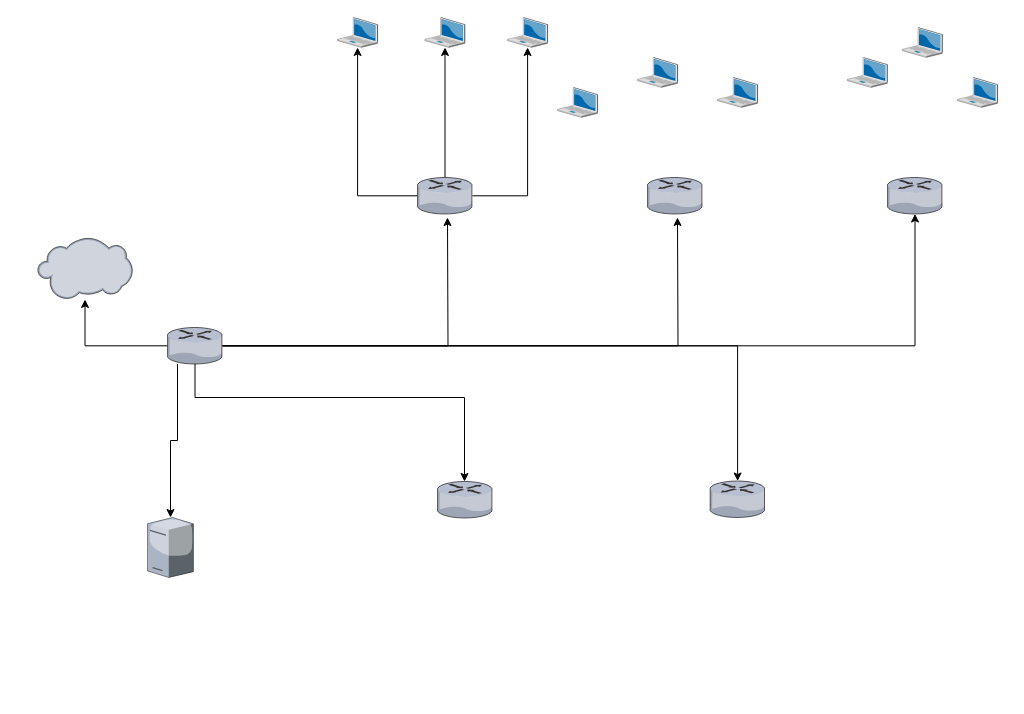
Above: isp.drawio in axquired24/my.draw (draw.io), before the change. Source tidied: cells renumbered, new cells numbered last; positions are measured from the earlier drawing's top-left corner, leaving out a move shared by most shapes. Both pictures are drawn from the tidied source at 100%, with x=0, y=0 at pixel (37, 17).
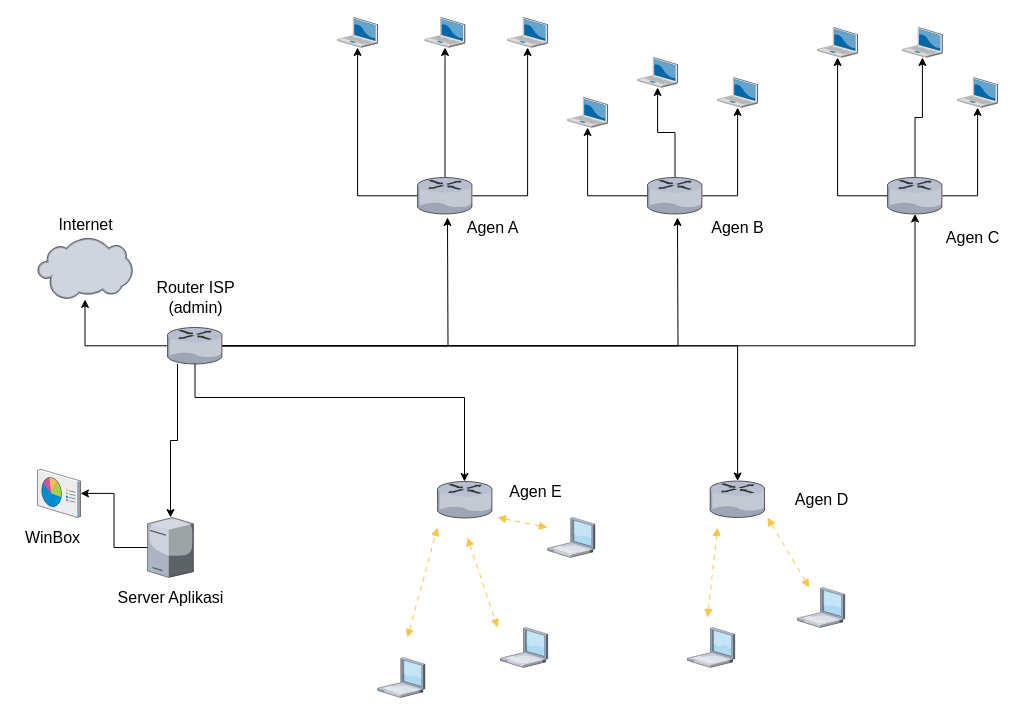
After the change.

The change refers to these unchanged cells:
```xml
<mxCell id="11" style="verticalLabelPosition=bottom;html=1;verticalAlign=top;strokeColor=none;align=center;outlineConnect=0;shape=mxgraph.citrix.license_server;" parent="1" vertex="1">
  <mxGeometry x="110" y="500" width="45.9" height="60" as="geometry" />
</mxCell>
<mxCell id="16" style="verticalLabelPosition=bottom;html=1;verticalAlign=top;strokeColor=none;align=center;outlineConnect=0;shape=mxgraph.citrix.router;" parent="1" vertex="1">
  <mxGeometry x="610" y="160" width="55" height="36.5" as="geometry" />
</mxCell>
<mxCell id="17" style="verticalLabelPosition=bottom;html=1;verticalAlign=top;strokeColor=none;align=center;outlineConnect=0;shape=mxgraph.citrix.router;" parent="1" vertex="1">
  <mxGeometry x="850" y="160" width="55" height="36.5" as="geometry" />
</mxCell>
<mxCell id="22" style="verticalLabelPosition=bottom;html=1;verticalAlign=top;strokeColor=none;align=center;outlineConnect=0;shape=mxgraph.citrix.laptop_2;" parent="1" vertex="1">
  <mxGeometry x="600" y="40" width="40.2" height="30" as="geometry" />
</mxCell>
<mxCell id="23" style="verticalLabelPosition=bottom;html=1;verticalAlign=top;strokeColor=none;align=center;outlineConnect=0;shape=mxgraph.citrix.laptop_2;" parent="1" vertex="1">
  <mxGeometry x="680" y="60" width="40.2" height="30" as="geometry" />
</mxCell>
<mxCell id="25" style="verticalLabelPosition=bottom;html=1;verticalAlign=top;strokeColor=none;align=center;outlineConnect=0;shape=mxgraph.citrix.laptop_2;" parent="1" vertex="1">
  <mxGeometry x="864.8" y="10" width="40.2" height="30" as="geometry" />
</mxCell>
<mxCell id="26" style="verticalLabelPosition=bottom;html=1;verticalAlign=top;strokeColor=none;align=center;outlineConnect=0;shape=mxgraph.citrix.laptop_2;" parent="1" vertex="1">
  <mxGeometry x="920" y="60" width="40.2" height="30" as="geometry" />
</mxCell>
```

Diff of the diagram source:
```diff
@@
+    <mxCell id="29" style="edgeStyle=orthogonalEdgeStyle;rounded=0;jettySize=auto;html=1;fontSize=16;" parent="1" edge="1" source="11" target="54">
+      <mxGeometry relative="1" as="geometry" />
+    </mxCell>
@@
+    <mxCell id="30" style="edgeStyle=orthogonalEdgeStyle;rounded=0;jettySize=auto;html=1;" parent="1" edge="1" source="16" target="23">
+      <mxGeometry relative="1" as="geometry" />
+    </mxCell>
+    <mxCell id="31" style="edgeStyle=orthogonalEdgeStyle;rounded=0;jettySize=auto;html=1;" parent="1" edge="1" source="16" target="22">
+      <mxGeometry relative="1" as="geometry" />
+    </mxCell>
+    <mxCell id="32" style="edgeStyle=orthogonalEdgeStyle;rounded=0;jettySize=auto;html=1;" parent="1" edge="1" source="16" target="21">
+      <mxGeometry relative="1" as="geometry" />
+    </mxCell>
@@
+    <mxCell id="33" style="edgeStyle=orthogonalEdgeStyle;rounded=0;jettySize=auto;html=1;" parent="1" edge="1" source="17" target="25">
+      <mxGeometry relative="1" as="geometry" />
+    </mxCell>
+    <mxCell id="34" style="edgeStyle=orthogonalEdgeStyle;rounded=0;jettySize=auto;html=1;" parent="1" edge="1" source="17" target="26">
+      <mxGeometry relative="1" as="geometry" />
+    </mxCell>
@@
     <mxCell id="21" style="verticalLabelPosition=bottom;html=1;verticalAlign=top;strokeColor=none;align=center;outlineConnect=0;shape=mxgraph.citrix.laptop_2;" parent="1" vertex="1">
-      <mxGeometry x="520" y="70" width="40.2" height="30" as="geometry" />
+      <mxGeometry x="530" y="80" width="40.2" height="30" as="geometry" />
     </mxCell>
@@
-    <mxCell id="24" style="verticalLabelPosition=bottom;html=1;verticalAlign=top;strokeColor=none;align=center;outlineConnect=0;shape=mxgraph.citrix.laptop_2;" parent="1" vertex="1">
-      <mxGeometry x="809.8" y="40" width="40.2" height="30" as="geometry" />
-    </mxCell>
@@
+    <mxCell id="24" style="verticalLabelPosition=bottom;html=1;verticalAlign=top;strokeColor=none;align=center;outlineConnect=0;shape=mxgraph.citrix.laptop_2;" parent="1" vertex="1">
+      <mxGeometry x="780" y="10" width="40.2" height="30" as="geometry" />
+    </mxCell>
+    <mxCell id="35" style="edgeStyle=orthogonalEdgeStyle;rounded=0;jettySize=auto;html=1;" parent="1" edge="1" source="17" target="24">
+      <mxGeometry relative="1" as="geometry" />
+    </mxCell>
+    <mxCell id="36" style="verticalLabelPosition=bottom;html=1;verticalAlign=top;strokeColor=none;align=center;shape=mxgraph.citrix.laptop_1;" parent="1" vertex="1">
+      <mxGeometry x="340.2" y="640" width="47.3" height="40" as="geometry" />
+    </mxCell>
+    <mxCell id="37" style="verticalLabelPosition=bottom;html=1;verticalAlign=top;strokeColor=none;align=center;shape=mxgraph.citrix.laptop_1;" parent="1" vertex="1">
+      <mxGeometry x="463" y="610" width="47.3" height="40" as="geometry" />
+    </mxCell>
+    <mxCell id="38" style="verticalLabelPosition=bottom;html=1;verticalAlign=top;strokeColor=none;align=center;shape=mxgraph.citrix.laptop_1;" parent="1" vertex="1">
+      <mxGeometry x="510.2" y="500" width="47.3" height="40" as="geometry" />
+    </mxCell>
+    <mxCell id="39" style="verticalLabelPosition=bottom;html=1;verticalAlign=top;strokeColor=none;align=center;shape=mxgraph.citrix.laptop_1;" parent="1" vertex="1">
+      <mxGeometry x="650" y="610" width="47.3" height="40" as="geometry" />
+    </mxCell>
+    <mxCell id="40" style="verticalLabelPosition=bottom;html=1;verticalAlign=top;strokeColor=none;align=center;outlineConnect=0;shape=mxgraph.citrix.laptop_1;" parent="1" vertex="1">
+      <mxGeometry x="760" y="570" width="47.3" height="40" as="geometry" />
+    </mxCell>
+    <mxCell id="41" style="endArrow=block;html=1;startArrow=block;startFill=1;endFill=1;strokeColor=#FCC548;dashed=1;dashPattern=5 5;" parent="1" edge="1">
+      <mxGeometry relative="1" as="geometry">
+        <mxPoint x="430" y="520" as="sourcePoint" />
+        <mxPoint x="460" y="610" as="targetPoint" />
+      </mxGeometry>
+    </mxCell>
+    <mxCell id="42" style="endArrow=block;html=1;startArrow=block;startFill=1;endFill=1;strokeColor=#FCC548;dashed=1;dashPattern=5 5;" parent="1" edge="1">
+      <mxGeometry relative="1" as="geometry">
+        <mxPoint x="460" y="500" as="sourcePoint" />
+        <mxPoint x="510" y="510" as="targetPoint" />
+      </mxGeometry>
+    </mxCell>
+    <mxCell id="43" style="endArrow=block;html=1;startArrow=block;startFill=1;endFill=1;strokeColor=#FCC548;dashed=1;dashPattern=5 5;" parent="1" edge="1">
+      <mxGeometry relative="1" as="geometry">
+        <mxPoint x="370" y="620" as="sourcePoint" />
+        <mxPoint x="400" y="510" as="targetPoint" />
+      </mxGeometry>
+    </mxCell>
+    <mxCell id="44" style="endArrow=block;html=1;startArrow=block;startFill=1;endFill=1;strokeColor=#FCC548;dashed=1;dashPattern=5 5;" parent="1" edge="1">
+      <mxGeometry relative="1" as="geometry">
+        <mxPoint x="670" y="600" as="sourcePoint" />
+        <mxPoint x="680" y="510" as="targetPoint" />
+      </mxGeometry>
+    </mxCell>
+    <mxCell id="45" style="endArrow=block;html=1;startArrow=block;startFill=1;endFill=1;strokeColor=#FCC548;dashed=1;dashPattern=5 5;" parent="1" edge="1" source="40">
+      <mxGeometry relative="1" as="geometry">
+        <mxPoint x="730" y="500" as="targetPoint" />
+      </mxGeometry>
+    </mxCell>
+    <mxCell id="46" value="Internet" style="text;html=1;align=center;verticalAlign=middle;fontSize=16;" parent="1" vertex="1">
+      <mxGeometry x="12.5" y="196.5" width="70" height="20" as="geometry" />
+    </mxCell>
+    <mxCell id="47" value="Router ISP&lt;br&gt;(admin)" style="text;html=1;align=center;verticalAlign=middle;fontSize=16;" parent="1" vertex="1">
+      <mxGeometry x="112.5" y="260" width="90" height="40" as="geometry" />
+    </mxCell>
+    <mxCell id="48" value="Server Aplikasi" style="text;html=1;align=center;verticalAlign=middle;fontSize=16;" parent="1" vertex="1">
+      <mxGeometry x="72.9" y="570" width="120" height="20" as="geometry" />
+    </mxCell>
+    <mxCell id="49" value="Agen A" style="text;html=1;align=center;verticalAlign=middle;fontSize=16;" parent="1" vertex="1">
+      <mxGeometry x="420" y="200" width="70" height="20" as="geometry" />
+    </mxCell>
+    <mxCell id="50" value="Agen B" style="text;html=1;align=center;verticalAlign=middle;fontSize=16;" parent="1" vertex="1">
+      <mxGeometry x="665" y="200" width="70" height="20" as="geometry" />
+    </mxCell>
+    <mxCell id="51" value="Agen C" style="text;html=1;align=center;verticalAlign=middle;fontSize=16;" parent="1" vertex="1">
+      <mxGeometry x="900" y="210" width="70" height="20" as="geometry" />
+    </mxCell>
+    <mxCell id="52" value="Agen D" style="text;html=1;align=center;verticalAlign=middle;fontSize=16;" parent="1" vertex="1">
+      <mxGeometry x="748.6" y="471.8" width="70" height="20" as="geometry" />
+    </mxCell>
+    <mxCell id="53" value="Agen E" style="text;html=1;align=center;verticalAlign=middle;fontSize=16;" parent="1" vertex="1">
+      <mxGeometry x="463" y="464" width="70" height="20" as="geometry" />
+    </mxCell>
+    <mxCell id="54" style="verticalLabelPosition=bottom;html=1;verticalAlign=top;strokeColor=none;align=center;outlineConnect=0;shape=mxgraph.citrix.reporting;fontSize=16;" parent="1" vertex="1">
+      <mxGeometry y="451.8" width="43" height="48.2" as="geometry" />
+    </mxCell>
+    <mxCell id="55" value="WinBox" style="text;html=1;align=center;verticalAlign=middle;fontSize=16;" parent="1" vertex="1">
+      <mxGeometry x="-20" y="510" width="70" height="20" as="geometry" />
+    </mxCell>
```
